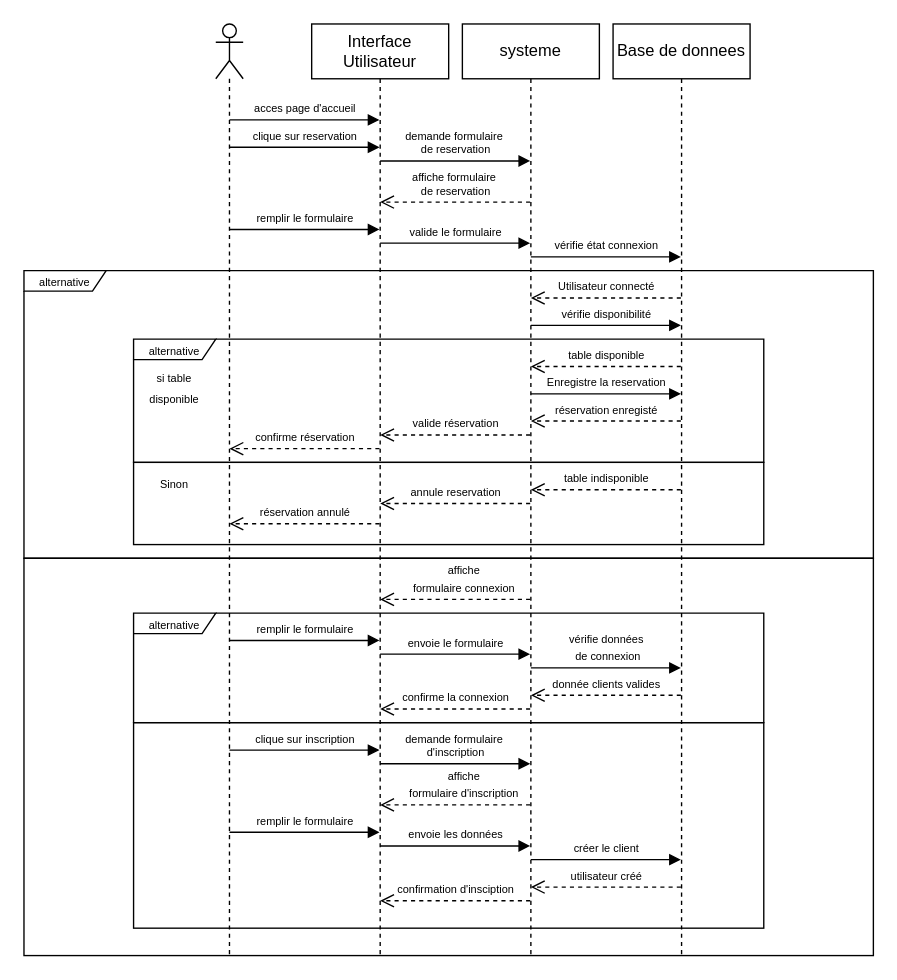
This is assets/Diagrammes/quai_antique_sequence.drawio from MathieuBal/STUDI_Projet_fil_rouge, a draw.io file, before an edit. Source tidied: cells renumbered, new cells numbered last; positions are measured from the earlier drawing's top-left corner, leaving out a move shared by most shapes. Both pictures are drawn from the tidied source at 137%, with x=0, y=0 at pixel (23, 23).
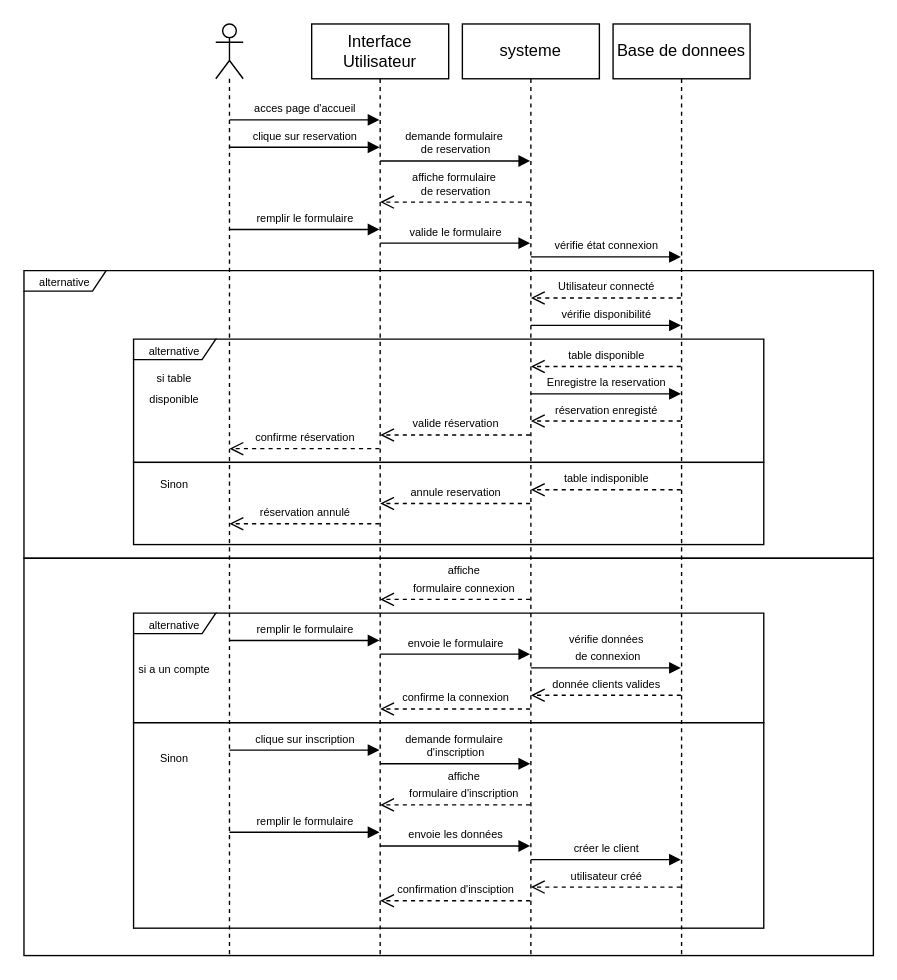
Above is the later version.

Commit message (it also covers changes not shown here):
Mettre à jour quai_antique_sequence.drawio

Change to the diagram source:
```diff
@@
+    <mxCell id="45" value="&lt;font style=&quot;font-size: 8px;&quot;&gt;si a un compte&lt;/font&gt;" style="text;html=1;align=center;verticalAlign=middle;whiteSpace=wrap;rounded=0;" parent="1" vertex="1">
+      <mxGeometry x="80" y="455" width="60" height="30" as="geometry" />
+    </mxCell>
+    <mxCell id="46" value="&lt;font style=&quot;font-size: 8px;&quot;&gt;Sinon&lt;/font&gt;" style="text;html=1;align=center;verticalAlign=middle;whiteSpace=wrap;rounded=0;" parent="1" vertex="1">
+      <mxGeometry x="80" y="520" width="60" height="30" as="geometry" />
+    </mxCell>
```
